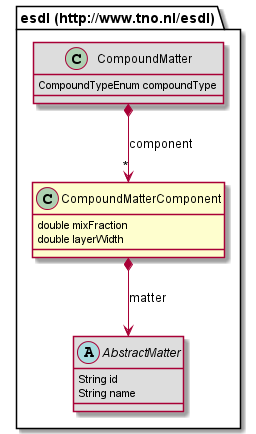
Before: 687474703a2f2f7777772e746e6f2e6e6c2f6573646c/CompoundMatterComponent.png, a diagram exported from PlantUML (EnergyTransition/energytransition.github.io).
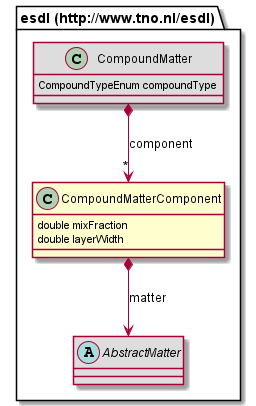
The same diagram one commit later.

Change to the diagram source:
```diff
@@ -4,8 +4,6 @@
 	double layerWidth
 }
 abstract class "esdl (http://www.tno.nl/esdl).AbstractMatter" [[#router/doc-content/687474703a2f2f7777772e746e6f2e6e6c2f6573646c/AbstractMatter.html{Abstract class for describing Matters, can be instantiated as a subclass of Matter or as a MatterReference.}]] #DDDDDD {
-	String id
-	String name
 }
 class "esdl (http://www.tno.nl/esdl).CompoundMatter" [[#router/doc-content/687474703a2f2f7777772e746e6f2e6e6c2f6573646c/CompoundMatter.html{Composition of different Matters, either mixed (mix of gasses or liquids) or layered. }]] #DDDDDD {
 	CompoundTypeEnum compoundType
```
